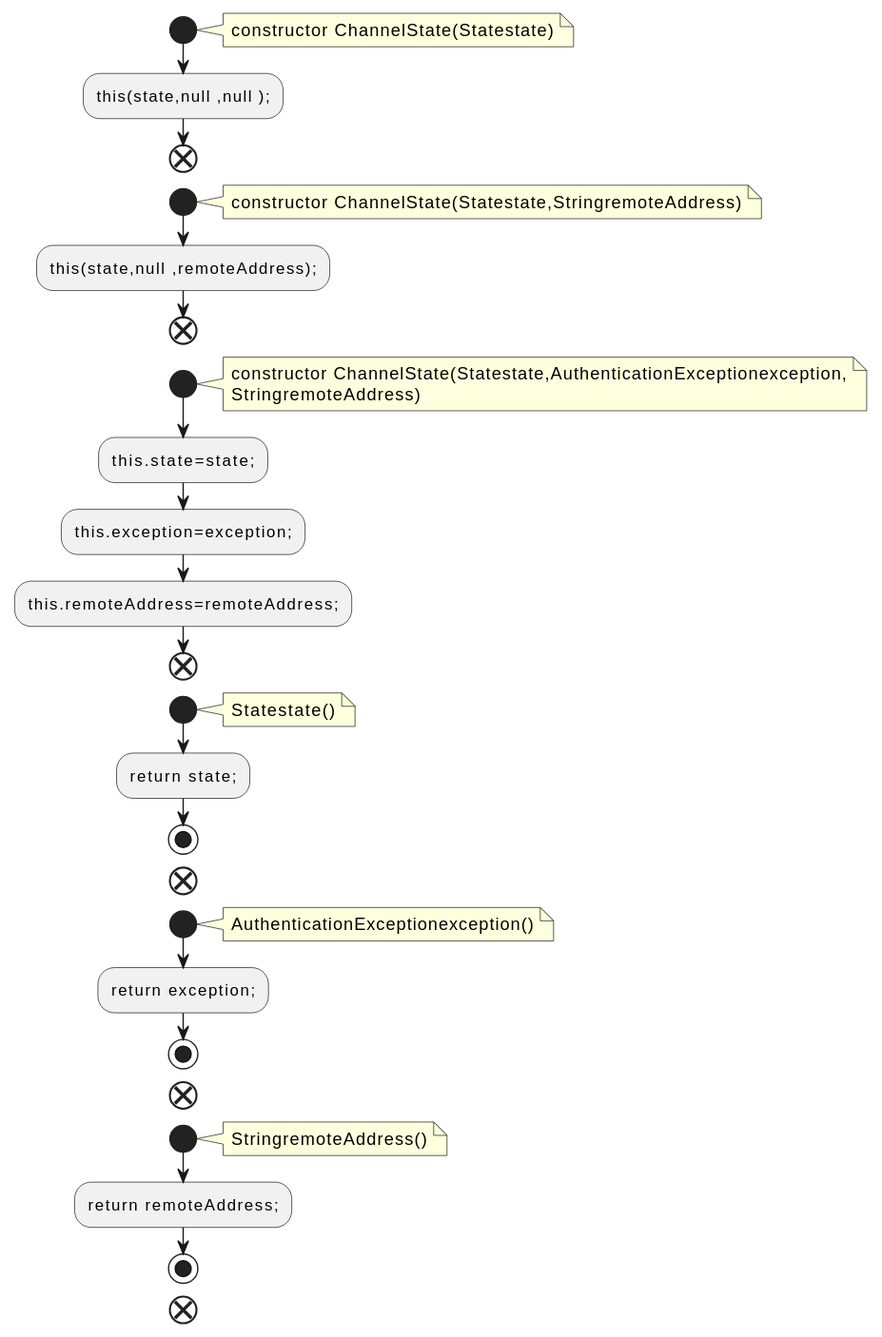
qualitesys/kafka keeps this PlantUML diagram as docs/qc/clients/src/main/java/org/apache/kafka/common/network/ChannelState.java.fct.svg. Above is the earlier version.
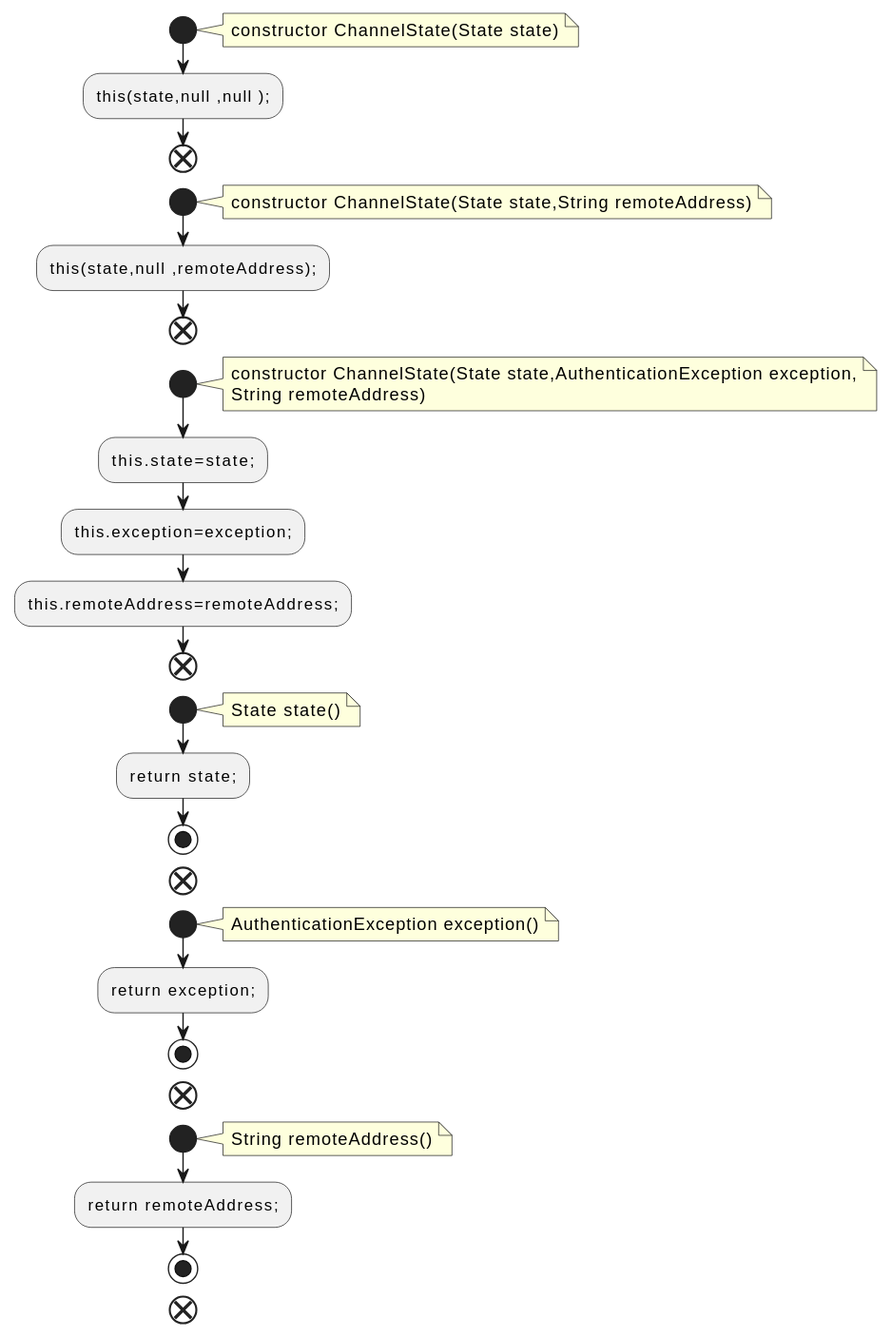
The same diagram one commit later.

Change to the diagram source:
```diff
@@ -2,20 +2,20 @@
 !pragma layout smetana
 start
 note right
-constructor ChannelState(Statestate)
+constructor ChannelState(State state)
 end note
 :this(state,null ,null );;
 end
 start
 note right
-constructor ChannelState(Statestate,StringremoteAddress)
+constructor ChannelState(State state,String remoteAddress)
 end note
 :this(state,null ,remoteAddress);;
 end
 start
 note right
-constructor ChannelState(Statestate,AuthenticationExceptionexception,
-StringremoteAddress)
+constructor ChannelState(State state,AuthenticationException exception,
+String remoteAddress)
 end note
 :this.state=state;;
 :this.exception=exception;;
@@ -23,21 +23,21 @@
 end
 start
 note right
-Statestate()
+State state()
 end note
 :return state;;
 stop
 end
 start
 note right
-AuthenticationExceptionexception()
+AuthenticationException exception()
 end note
 :return exception;;
 stop
 end
 start
 note right
-StringremoteAddress()
+String remoteAddress()
 end note
 :return remoteAddress;;
 stop
```
